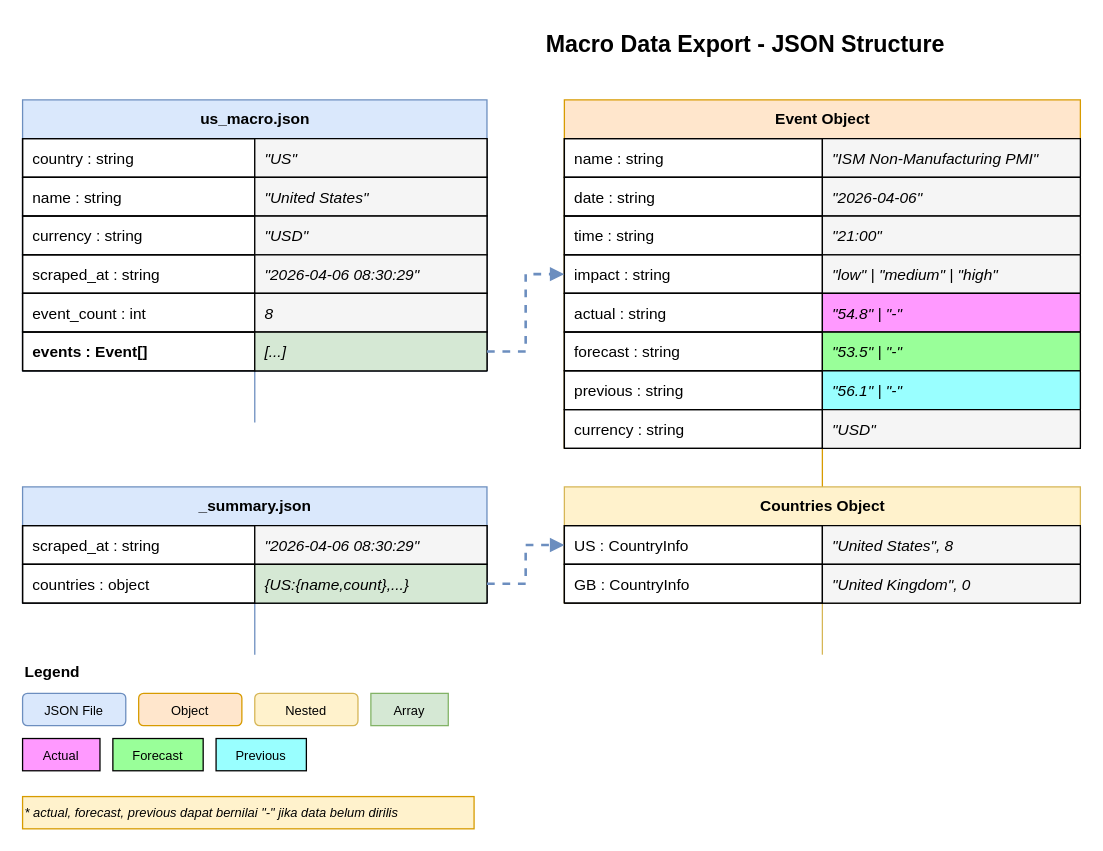
Earlier version of the draw.io diagram data_scraping/macro/structure.drawio (Exunova/pbl1-main_application). Source tidied: cells renumbered, new cells numbered last; positions are measured from the earlier drawing's top-left corner, leaving out a move shared by most shapes. Both pictures are drawn from the tidied source at 129%, with x=0, y=0 at pixel (22, 22).
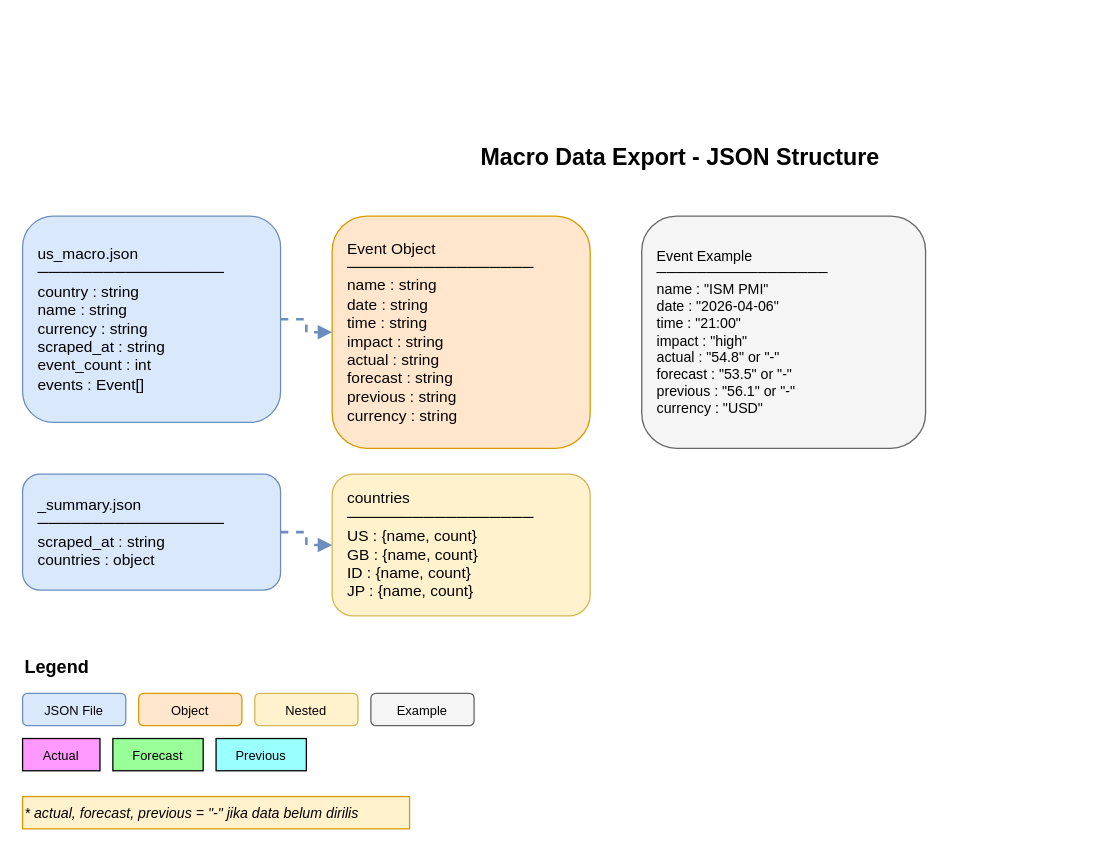
The same diagram, later.

What changed in the source:
```diff
@@
-    <mxCell id="2" value="Macro Data Export - JSON Structure" style="text;html=1;strokeColor=none;fillColor=none;align=center;fontSize=18;fontStyle=1;" parent="1" vertex="1">
-      <mxGeometry x="360" width="400" height="30" as="geometry" />
+    <mxCell id="2" value="Macro Data Export - JSON Structure" style="text;html=1;strokeColor=none;fillColor=none;align=center;verticalAlign=middle;whiteSpace=wrap;rounded=0;fontSize=18;fontStyle=1;" parent="1" vertex="1">
+      <mxGeometry x="310" y="90" width="400" height="30" as="geometry" />
     </mxCell>
-    <mxCell id="3" value="us_macro.json" style="shape=table;startSize=30;childLayout=tableLayout;rowLines=0;fontStyle=1;align=center;html=1;fillColor=#dae8fc;strokeColor=#6c8ebf;" parent="1" vertex="1">
-      <mxGeometry y="60" width="360" height="210" as="geometry" />
-    </mxCell>
-    <mxCell id="4" style="shape=tableRow;" parent="3" vertex="1">
-      <mxGeometry y="30" width="360" height="30" as="geometry" />
-    </mxCell>
-    <mxCell id="5" value="country : string" style="shape=partialRectangle;fillColor=none;align=left;spacingLeft=6;" parent="4" vertex="1">
-      <mxGeometry width="180" height="30" as="geometry" />
-    </mxCell>
-    <mxCell id="6" value="&quot;US&quot;" style="shape=partialRectangle;fillColor=#f5f5f5;align=left;spacingLeft=6;fontStyle=2;" parent="4" vertex="1">
-      <mxGeometry x="180" width="180" height="30" as="geometry" />
-    </mxCell>
-    <mxCell id="7" style="shape=tableRow;" parent="3" vertex="1">
-      <mxGeometry y="60" width="360" height="30" as="geometry" />
-    </mxCell>
-    <mxCell id="8" value="name : string" style="shape=partialRectangle;fillColor=none;align=left;spacingLeft=6;" parent="7" vertex="1">
-      <mxGeometry width="180" height="30" as="geometry" />
-    </mxCell>
-    <mxCell id="9" value="&quot;United States&quot;" style="shape=partialRectangle;fillColor=#f5f5f5;align=left;spacingLeft=6;fontStyle=2;" parent="7" vertex="1">
-      <mxGeometry x="180" width="180" height="30" as="geometry" />
-    </mxCell>
-    <mxCell id="10" style="shape=tableRow;" parent="3" vertex="1">
-      <mxGeometry y="90" width="360" height="30" as="geometry" />
-    </mxCell>
-    <mxCell id="11" value="currency : string" style="shape=partialRectangle;fillColor=none;align=left;spacingLeft=6;" parent="10" vertex="1">
-      <mxGeometry width="180" height="30" as="geometry" />
-    </mxCell>
-    <mxCell id="12" value="&quot;USD&quot;" style="shape=partialRectangle;fillColor=#f5f5f5;align=left;spacingLeft=6;fontStyle=2;" parent="10" vertex="1">
-      <mxGeometry x="180" width="180" height="30" as="geometry" />
-    </mxCell>
-    <mxCell id="13" style="shape=tableRow;" parent="3" vertex="1">
-      <mxGeometry y="120" width="360" height="30" as="geometry" />
-    </mxCell>
-    <mxCell id="14" value="scraped_at : string" style="shape=partialRectangle;fillColor=none;align=left;spacingLeft=6;" parent="13" vertex="1">
-      <mxGeometry width="180" height="30" as="geometry" />
-    </mxCell>
-    <mxCell id="15" value="&quot;2026-04-06 08:30:29&quot;" style="shape=partialRectangle;fillColor=#f5f5f5;align=left;spacingLeft=6;fontStyle=2;" parent="13" vertex="1">
-      <mxGeometry x="180" width="180" height="30" as="geometry" />
-    </mxCell>
-    <mxCell id="16" style="shape=tableRow;" parent="3" vertex="1">
-      <mxGeometry y="150" width="360" height="30" as="geometry" />
-    </mxCell>
-    <mxCell id="17" value="event_count : int" style="shape=partialRectangle;fillColor=none;align=left;spacingLeft=6;" parent="16" vertex="1">
-      <mxGeometry width="180" height="30" as="geometry" />
-    </mxCell>
-    <mxCell id="18" value="8" style="shape=partialRectangle;fillColor=#f5f5f5;align=left;spacingLeft=6;fontStyle=2;" parent="16" vertex="1">
-      <mxGeometry x="180" width="180" height="30" as="geometry" />
-    </mxCell>
-    <mxCell id="19" style="shape=tableRow;" parent="3" vertex="1">
-      <mxGeometry y="180" width="360" height="30" as="geometry" />
-    </mxCell>
-    <mxCell id="20" value="events : Event[]" style="shape=partialRectangle;fillColor=none;align=left;spacingLeft=6;fontStyle=1;" parent="19" vertex="1">
-      <mxGeometry width="180" height="30" as="geometry" />
-    </mxCell>
-    <mxCell id="21" value="[...]" style="shape=partialRectangle;fillColor=#d5e8d4;align=left;spacingLeft=6;fontStyle=2;" parent="19" vertex="1">
-      <mxGeometry x="180" width="180" height="30" as="geometry" />
-    </mxCell>
-    <mxCell id="22" value="Event Object" style="shape=table;startSize=30;childLayout=tableLayout;rowLines=0;fontStyle=1;align=center;html=1;fillColor=#ffe6cc;strokeColor=#d79b00;" parent="1" vertex="1">
-      <mxGeometry x="420" y="60" width="400" height="270" as="geometry" />
-    </mxCell>
-    <mxCell id="23" style="shape=tableRow;" parent="22" vertex="1">
-      <mxGeometry y="30" width="400" height="30" as="geometry" />
-    </mxCell>
-    <mxCell id="24" value="name : string" style="shape=partialRectangle;fillColor=none;align=left;spacingLeft=6;" parent="23" vertex="1">
-      <mxGeometry width="200" height="30" as="geometry" />
-    </mxCell>
-    <mxCell id="25" value="&quot;ISM Non-Manufacturing PMI&quot;" style="shape=partialRectangle;fillColor=#f5f5f5;align=left;spacingLeft=6;fontStyle=2;" parent="23" vertex="1">
-      <mxGeometry x="200" width="200" height="30" as="geometry" />
-    </mxCell>
-    <mxCell id="26" style="shape=tableRow;" parent="22" vertex="1">
-      <mxGeometry y="60" width="400" height="30" as="geometry" />
-    </mxCell>
-    <mxCell id="27" value="date : string" style="shape=partialRectangle;fillColor=none;align=left;spacingLeft=6;" parent="26" vertex="1">
-      <mxGeometry width="200" height="30" as="geometry" />
-    </mxCell>
-    <mxCell id="28" value="&quot;2026-04-06&quot;" style="shape=partialRectangle;fillColor=#f5f5f5;align=left;spacingLeft=6;fontStyle=2;" parent="26" vertex="1">
-      <mxGeometry x="200" width="200" height="30" as="geometry" />
-    </mxCell>
-    <mxCell id="29" style="shape=tableRow;" parent="22" vertex="1">
-      <mxGeometry y="90" width="400" height="30" as="geometry" />
-    </mxCell>
-    <mxCell id="30" value="time : string" style="shape=partialRectangle;fillColor=none;align=left;spacingLeft=6;" parent="29" vertex="1">
-      <mxGeometry width="200" height="30" as="geometry" />
-    </mxCell>
-    <mxCell id="31" value="&quot;21:00&quot;" style="shape=partialRectangle;fillColor=#f5f5f5;align=left;spacingLeft=6;fontStyle=2;" parent="29" vertex="1">
-      <mxGeometry x="200" width="200" height="30" as="geometry" />
-    </mxCell>
-    <mxCell id="32" style="shape=tableRow;" parent="22" vertex="1">
-      <mxGeometry y="120" width="400" height="30" as="geometry" />
-    </mxCell>
-    <mxCell id="33" value="impact : string" style="shape=partialRectangle;fillColor=none;align=left;spacingLeft=6;" parent="32" vertex="1">
-      <mxGeometry width="200" height="30" as="geometry" />
-    </mxCell>
-    <mxCell id="34" value="&quot;low&quot; | &quot;medium&quot; | &quot;high&quot;" style="shape=partialRectangle;fillColor=#f5f5f5;align=left;spacingLeft=6;fontStyle=2;" parent="32" vertex="1">
-      <mxGeometry x="200" width="200" height="30" as="geometry" />
-    </mxCell>
-    <mxCell id="35" style="shape=tableRow;" parent="22" vertex="1">
-      <mxGeometry y="150" width="400" height="30" as="geometry" />
-    </mxCell>
-    <mxCell id="36" value="actual : string" style="shape=partialRectangle;fillColor=none;align=left;spacingLeft=6;" parent="35" vertex="1">
-      <mxGeometry width="200" height="30" as="geometry" />
-    </mxCell>
-    <mxCell id="37" value="&quot;54.8&quot; | &quot;-&quot;" style="shape=partialRectangle;fillColor=#f9f;align=left;spacingLeft=6;fontStyle=2;" parent="35" vertex="1">
-      <mxGeometry x="200" width="200" height="30" as="geometry" />
-    </mxCell>
-    <mxCell id="38" style="shape=tableRow;" parent="22" vertex="1">
-      <mxGeometry y="180" width="400" height="30" as="geometry" />
-    </mxCell>
-    <mxCell id="39" value="forecast : string" style="shape=partialRectangle;fillColor=none;align=left;spacingLeft=6;" parent="38" vertex="1">
-      <mxGeometry width="200" height="30" as="geometry" />
-    </mxCell>
-    <mxCell id="40" value="&quot;53.5&quot; | &quot;-&quot;" style="shape=partialRectangle;fillColor=#9f9;align=left;spacingLeft=6;fontStyle=2;" parent="38" vertex="1">
-      <mxGeometry x="200" width="200" height="30" as="geometry" />
-    </mxCell>
-    <mxCell id="41" style="shape=tableRow;" parent="22" vertex="1">
-      <mxGeometry y="210" width="400" height="30" as="geometry" />
-    </mxCell>
-    <mxCell id="42" value="previous : string" style="shape=partialRectangle;fillColor=none;align=left;spacingLeft=6;" parent="41" vertex="1">
-      <mxGeometry width="200" height="30" as="geometry" />
-    </mxCell>
-    <mxCell id="43" value="&quot;56.1&quot; | &quot;-&quot;" style="shape=partialRectangle;fillColor=#9ff;align=left;spacingLeft=6;fontStyle=2;" parent="41" vertex="1">
-      <mxGeometry x="200" width="200" height="30" as="geometry" />
-    </mxCell>
-    <mxCell id="44" style="shape=tableRow;" parent="22" vertex="1">
-      <mxGeometry y="240" width="400" height="30" as="geometry" />
-    </mxCell>
-    <mxCell id="45" value="currency : string" style="shape=partialRectangle;fillColor=none;align=left;spacingLeft=6;" parent="44" vertex="1">
-      <mxGeometry width="200" height="30" as="geometry" />
-    </mxCell>
-    <mxCell id="46" value="&quot;USD&quot;" style="shape=partialRectangle;fillColor=#f5f5f5;align=left;spacingLeft=6;fontStyle=2;" parent="44" vertex="1">
-      <mxGeometry x="200" width="200" height="30" as="geometry" />
-    </mxCell>
-    <mxCell id="47" value="_summary.json" style="shape=table;startSize=30;childLayout=tableLayout;rowLines=0;fontStyle=1;align=center;html=1;fillColor=#dae8fc;strokeColor=#6c8ebf;" parent="1" vertex="1">
-      <mxGeometry y="360" width="360" height="90" as="geometry" />
-    </mxCell>
-    <mxCell id="48" style="shape=tableRow;" parent="47" vertex="1">
-      <mxGeometry y="30" width="360" height="30" as="geometry" />
-    </mxCell>
-    <mxCell id="49" value="scraped_at : string" style="shape=partialRectangle;fillColor=none;align=left;spacingLeft=6;" parent="48" vertex="1">
-      <mxGeometry width="180" height="30" as="geometry" />
-    </mxCell>
-    <mxCell id="50" value="&quot;2026-04-06 08:30:29&quot;" style="shape=partialRectangle;fillColor=#f5f5f5;align=left;spacingLeft=6;fontStyle=2;" parent="48" vertex="1">
-      <mxGeometry x="180" width="180" height="30" as="geometry" />
-    </mxCell>
-    <mxCell id="51" style="shape=tableRow;" parent="47" vertex="1">
-      <mxGeometry y="60" width="360" height="30" as="geometry" />
-    </mxCell>
-    <mxCell id="52" value="countries : object" style="shape=partialRectangle;fillColor=none;align=left;spacingLeft=6;" parent="51" vertex="1">
-      <mxGeometry width="180" height="30" as="geometry" />
-    </mxCell>
-    <mxCell id="53" value="{US:{name,count},...}" style="shape=partialRectangle;fillColor=#d5e8d4;align=left;spacingLeft=6;fontStyle=2;" parent="51" vertex="1">
-      <mxGeometry x="180" width="180" height="30" as="geometry" />
-    </mxCell>
-    <mxCell id="54" value="Countries Object" style="shape=table;startSize=30;childLayout=tableLayout;rowLines=0;fontStyle=1;align=center;html=1;fillColor=#fff2cc;strokeColor=#d6b656;" parent="1" vertex="1">
-      <mxGeometry x="420" y="360" width="400" height="90" as="geometry" />
-    </mxCell>
-    <mxCell id="55" style="shape=tableRow;" parent="54" vertex="1">
-      <mxGeometry y="30" width="400" height="30" as="geometry" />
-    </mxCell>
-    <mxCell id="56" value="US : CountryInfo" style="shape=partialRectangle;fillColor=none;align=left;spacingLeft=6;" parent="55" vertex="1">
-      <mxGeometry width="200" height="30" as="geometry" />
-    </mxCell>
-    <mxCell id="57" value="&quot;United States&quot;, 8" style="shape=partialRectangle;fillColor=#f5f5f5;align=left;spacingLeft=6;fontStyle=2;" parent="55" vertex="1">
-      <mxGeometry x="200" width="200" height="30" as="geometry" />
-    </mxCell>
-    <mxCell id="58" style="shape=tableRow;" parent="54" vertex="1">
-      <mxGeometry y="60" width="400" height="30" as="geometry" />
-    </mxCell>
-    <mxCell id="59" value="GB : CountryInfo" style="shape=partialRectangle;fillColor=none;align=left;spacingLeft=6;" parent="58" vertex="1">
-      <mxGeometry width="200" height="30" as="geometry" />
-    </mxCell>
-    <mxCell id="60" value="&quot;United Kingdom&quot;, 0" style="shape=partialRectangle;fillColor=#f5f5f5;align=left;spacingLeft=6;fontStyle=2;" parent="58" vertex="1">
-      <mxGeometry x="200" width="200" height="30" as="geometry" />
-    </mxCell>
+    <mxCell id="72" value="us_macro.json&#10;─────────────────&#10;country : string&#10;name : string&#10;currency : string&#10;scraped_at : string&#10;event_count : int&#10;events : Event[]" style="rounded=1;whiteSpace=wrap;html=1;fillColor=#dae8fc;strokeColor=#6c8ebf;fontSize=12;align=left;spacingLeft=10;" parent="1" vertex="1">
+      <mxGeometry y="150" width="200" height="160" as="geometry" />
+    </mxCell>
+    <mxCell id="73" value="Event Object&#10;─────────────────&#10;name : string&#10;date : string&#10;time : string&#10;impact : string&#10;actual : string&#10;forecast : string&#10;previous : string&#10;currency : string" style="rounded=1;whiteSpace=wrap;html=1;fillColor=#ffe6cc;strokeColor=#d79b00;fontSize=12;align=left;spacingLeft=10;" parent="1" vertex="1">
+      <mxGeometry x="240" y="150" width="200" height="180" as="geometry" />
+    </mxCell>
+    <mxCell id="74" value="_summary.json&#10;─────────────────&#10;scraped_at : string&#10;countries : object" style="rounded=1;whiteSpace=wrap;html=1;fillColor=#dae8fc;strokeColor=#6c8ebf;fontSize=12;align=left;spacingLeft=10;" parent="1" vertex="1">
+      <mxGeometry y="350" width="200" height="90" as="geometry" />
+    </mxCell>
+    <mxCell id="75" value="countries&#10;─────────────────&#10;US : {name, count}&#10;GB : {name, count}&#10;ID : {name, count}&#10;JP : {name, count}" style="rounded=1;whiteSpace=wrap;html=1;fillColor=#fff2cc;strokeColor=#d6b656;fontSize=12;align=left;spacingLeft=10;" parent="1" vertex="1">
+      <mxGeometry x="240" y="350" width="200" height="110" as="geometry" />
+    </mxCell>
+    <mxCell id="76" value="Event Example&#10;─────────────────&#10;name : &quot;ISM PMI&quot;&#10;date : &quot;2026-04-06&quot;&#10;time : &quot;21:00&quot;&#10;impact : &quot;high&quot;&#10;actual : &quot;54.8&quot; or &quot;-&quot;&#10;forecast : &quot;53.5&quot; or &quot;-&quot;&#10;previous : &quot;56.1&quot; or &quot;-&quot;&#10;currency : &quot;USD&quot;" style="rounded=1;whiteSpace=wrap;html=1;fillColor=#f5f5f5;strokeColor=#666666;fontSize=11;align=left;spacingLeft=10;" parent="1" vertex="1">
+      <mxGeometry x="480" y="150" width="220" height="180" as="geometry" />
+    </mxCell>
-    <mxCell id="61" value="Legend" style="text;html=1;strokeColor=none;fillColor=none;align=left;fontSize=12;fontStyle=1;" parent="1" vertex="1">
+    <mxCell id="61" value="Legend" style="text;html=1;strokeColor=none;fillColor=none;align=left;verticalAlign=middle;whiteSpace=wrap;rounded=0;fontSize=14;fontStyle=1;" parent="1" vertex="1">
       <mxGeometry y="490" width="60" height="20" as="geometry" />
     </mxCell>
@@
-    <mxCell id="65" value="Array" style="rounded=0;whiteSpace=wrap;html=1;fillColor=#d5e8d4;strokeColor=#82b366;fontSize=10;" parent="1" vertex="1">
-      <mxGeometry x="270" y="520" width="60" height="25" as="geometry" />
+    <mxCell id="65" value="Example" style="rounded=1;whiteSpace=wrap;html=1;fillColor=#f5f5f5;strokeColor=#666666;fontSize=10;" parent="1" vertex="1">
+      <mxGeometry x="270" y="520" width="80" height="25" as="geometry" />
     </mxCell>
@@
-    <mxCell id="69" value="* actual, forecast, previous dapat bernilai &quot;-&quot; jika data belum dirilis" style="text;html=1;strokeColor=#d79b00;fillColor=#fff2cc;align=left;fontSize=10;fontStyle=2;" parent="1" vertex="1">
-      <mxGeometry y="600" width="350" height="25" as="geometry" />
+    <mxCell id="69" value="* actual, forecast, previous = &quot;-&quot; jika data belum dirilis" style="text;html=1;strokeColor=#d79b00;fillColor=#fff2cc;align=left;verticalAlign=middle;whiteSpace=wrap;rounded=0;fontSize=11;fontStyle=2;" parent="1" vertex="1">
+      <mxGeometry y="600" width="300" height="25" as="geometry" />
     </mxCell>
-    <mxCell id="70" style="edgeStyle=orthogonalEdgeStyle;rounded=0;html=1;strokeColor=#6c8ebf;strokeWidth=2;endArrow=block;endFill=1;dashed=1;exitX=1;exitY=0.5;exitDx=0;exitDy=0;entryX=0;entryY=0.5;entryDx=0;entryDy=0;" parent="1" edge="1" source="21" target="22">
-      <mxGeometry relative="1" as="geometry" />
-    </mxCell>
-    <mxCell id="71" style="edgeStyle=orthogonalEdgeStyle;rounded=0;html=1;strokeColor=#6c8ebf;strokeWidth=2;endArrow=block;endFill=1;dashed=1;exitX=1;exitY=0.5;exitDx=0;exitDy=0;entryX=0;entryY=0.5;entryDx=0;entryDy=0;" parent="1" edge="1" source="53" target="54">
-      <mxGeometry relative="1" as="geometry" />
-    </mxCell>
+    <mxCell id="77" style="edgeStyle=orthogonalEdgeStyle;rounded=0;jettySize=auto;html=1;strokeColor=#6c8ebf;strokeWidth=2;endArrow=block;endFill=1;dashed=1;exitX=1;exitY=0.5;exitDx=0;exitDy=0;entryX=0;entryY=0.5;entryDx=0;entryDy=0;" parent="1" edge="1" source="72" target="73">
+      <mxGeometry relative="1" as="geometry" />
+    </mxCell>
+    <mxCell id="78" style="edgeStyle=orthogonalEdgeStyle;rounded=0;jettySize=auto;html=1;strokeColor=#6c8ebf;strokeWidth=2;endArrow=block;endFill=1;dashed=1;exitX=1;exitY=0.5;exitDx=0;exitDy=0;entryX=0;entryY=0.5;entryDx=0;entryDy=0;" parent="1" edge="1" source="74" target="75">
+      <mxGeometry relative="1" as="geometry" />
+    </mxCell>
```
